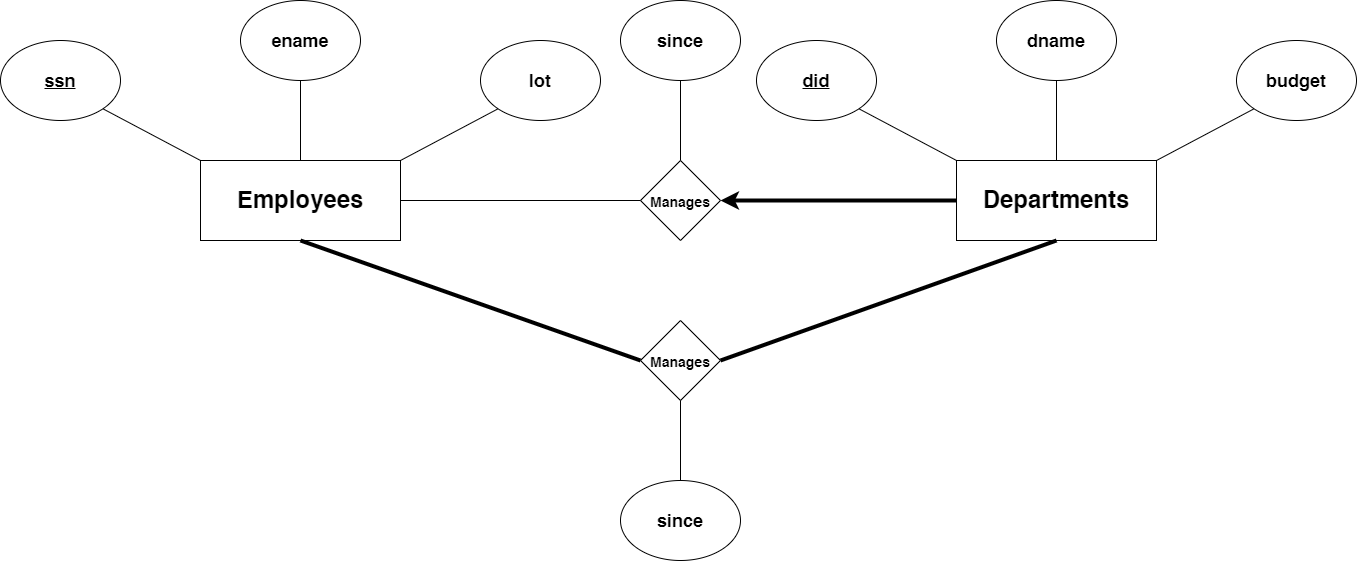
TianShi14/Basi-Di-Dati keeps this draw.io diagram as Relational Model/images/Ex5.png. Above is the earlier version. Source tidied: cells renumbered, new cells last; positions are measured from the earlier drawing's top-left corner, leaving out a move shared by most shapes. Source of this version:
```xml
<mxGraphModel>
  <root>
    <mxCell id="0" />
    <mxCell id="1" parent="0" />
    <mxCell id="2" value="&lt;b&gt;&lt;font style=&quot;font-size: 24px;&quot;&gt;Employees&lt;/font&gt;&lt;/b&gt;" style="rounded=0;whiteSpace=wrap;html=1;" parent="1" vertex="1">
      <mxGeometry x="200" y="160" width="200" height="80" as="geometry" />
    </mxCell>
    <mxCell id="3" value="&lt;b&gt;&lt;u&gt;&lt;font style=&quot;font-size: 18px;&quot;&gt;ssn&lt;/font&gt;&lt;/u&gt;&lt;/b&gt;" style="ellipse;whiteSpace=wrap;html=1;" parent="1" vertex="1">
      <mxGeometry y="40" width="120" height="80" as="geometry" />
    </mxCell>
    <mxCell id="4" value="&lt;font style=&quot;font-size: 18px;&quot;&gt;&lt;b style=&quot;&quot;&gt;ename&lt;/b&gt;&lt;/font&gt;" style="ellipse;whiteSpace=wrap;html=1;" parent="1" vertex="1">
      <mxGeometry x="240" width="120" height="80" as="geometry" />
    </mxCell>
    <mxCell id="5" value="&lt;b&gt;&lt;font style=&quot;font-size: 18px;&quot;&gt;lot&lt;/font&gt;&lt;/b&gt;" style="ellipse;whiteSpace=wrap;html=1;" parent="1" vertex="1">
      <mxGeometry x="480" y="40" width="120" height="80" as="geometry" />
    </mxCell>
    <mxCell id="6" style="endArrow=none;html=1;rounded=0;entryX=0;entryY=0;entryDx=0;entryDy=0;exitX=1;exitY=1;exitDx=0;exitDy=0;" parent="1" edge="1" source="3" target="2">
      <mxGeometry relative="1" as="geometry" />
    </mxCell>
    <mxCell id="7" style="endArrow=none;html=1;rounded=0;entryX=1;entryY=0;entryDx=0;entryDy=0;exitX=0;exitY=1;exitDx=0;exitDy=0;" parent="1" edge="1" source="5" target="2">
      <mxGeometry relative="1" as="geometry" />
    </mxCell>
    <mxCell id="8" style="endArrow=none;html=1;rounded=0;entryX=0.5;entryY=0;entryDx=0;entryDy=0;exitX=0.5;exitY=1;exitDx=0;exitDy=0;" parent="1" edge="1" source="4" target="2">
      <mxGeometry relative="1" as="geometry" />
    </mxCell>
    <mxCell id="9" value="&lt;font style=&quot;font-size: 14px;&quot;&gt;&lt;b&gt;Manages&lt;/b&gt;&lt;/font&gt;" style="rhombus;whiteSpace=wrap;html=1;fontSize=18;" parent="1" vertex="1">
      <mxGeometry x="640" y="160" width="80" height="80" as="geometry" />
    </mxCell>
    <mxCell id="10" style="endArrow=none;html=1;rounded=0;fontSize=18;entryX=0;entryY=0.5;entryDx=0;entryDy=0;exitX=1;exitY=0.5;exitDx=0;exitDy=0;" parent="1" edge="1" source="2" target="9">
      <mxGeometry relative="1" as="geometry" />
    </mxCell>
    <mxCell id="11" style="endArrow=none;html=1;rounded=0;fontSize=18;entryX=0;entryY=0.5;entryDx=0;entryDy=0;exitX=1;exitY=0.5;exitDx=0;exitDy=0;strokeColor=default;startArrow=classic;startFill=1;strokeWidth=4;" parent="1" edge="1" target="12">
      <mxGeometry relative="1" as="geometry">
        <mxPoint x="720" y="200" as="sourcePoint" />
      </mxGeometry>
    </mxCell>
    <mxCell id="12" value="&lt;b&gt;&lt;font style=&quot;font-size: 24px;&quot;&gt;Departments&lt;/font&gt;&lt;/b&gt;" style="rounded=0;whiteSpace=wrap;html=1;" parent="1" vertex="1">
      <mxGeometry x="956" y="160" width="200" height="80" as="geometry" />
    </mxCell>
    <mxCell id="13" value="&lt;b&gt;&lt;u&gt;&lt;font style=&quot;font-size: 18px;&quot;&gt;did&lt;/font&gt;&lt;/u&gt;&lt;/b&gt;" style="ellipse;whiteSpace=wrap;html=1;" parent="1" vertex="1">
      <mxGeometry x="756" y="40" width="120" height="80" as="geometry" />
    </mxCell>
    <mxCell id="14" value="&lt;font style=&quot;font-size: 18px;&quot;&gt;&lt;b style=&quot;&quot;&gt;dname&lt;/b&gt;&lt;/font&gt;" style="ellipse;whiteSpace=wrap;html=1;" parent="1" vertex="1">
      <mxGeometry x="996" width="120" height="80" as="geometry" />
    </mxCell>
    <mxCell id="15" value="&lt;b&gt;&lt;font style=&quot;font-size: 18px;&quot;&gt;budget&lt;/font&gt;&lt;/b&gt;" style="ellipse;whiteSpace=wrap;html=1;" parent="1" vertex="1">
      <mxGeometry x="1236" y="40" width="120" height="80" as="geometry" />
    </mxCell>
    <mxCell id="16" style="endArrow=none;html=1;rounded=0;entryX=0;entryY=0;entryDx=0;entryDy=0;exitX=1;exitY=1;exitDx=0;exitDy=0;" parent="1" edge="1" source="13" target="12">
      <mxGeometry relative="1" as="geometry" />
    </mxCell>
    <mxCell id="17" style="endArrow=none;html=1;rounded=0;entryX=1;entryY=0;entryDx=0;entryDy=0;exitX=0;exitY=1;exitDx=0;exitDy=0;" parent="1" edge="1" source="15" target="12">
      <mxGeometry relative="1" as="geometry" />
    </mxCell>
    <mxCell id="18" style="endArrow=none;html=1;rounded=0;entryX=0.5;entryY=0;entryDx=0;entryDy=0;exitX=0.5;exitY=1;exitDx=0;exitDy=0;" parent="1" edge="1" source="14" target="12">
      <mxGeometry relative="1" as="geometry" />
    </mxCell>
    <mxCell id="19" value="&lt;b&gt;&lt;font style=&quot;font-size: 18px;&quot;&gt;since&lt;/font&gt;&lt;/b&gt;" style="ellipse;whiteSpace=wrap;html=1;" parent="1" vertex="1">
      <mxGeometry x="620" width="120" height="80" as="geometry" />
    </mxCell>
    <mxCell id="20" style="endArrow=none;html=1;rounded=0;fontSize=18;entryX=0.5;entryY=0;entryDx=0;entryDy=0;exitX=0.5;exitY=1;exitDx=0;exitDy=0;" parent="1" edge="1" source="19" target="9">
      <mxGeometry relative="1" as="geometry" />
    </mxCell>
    <mxCell id="21" value="&lt;font style=&quot;font-size: 14px;&quot;&gt;&lt;b&gt;Manages&lt;/b&gt;&lt;/font&gt;" style="rhombus;whiteSpace=wrap;html=1;fontSize=18;" parent="1" vertex="1">
      <mxGeometry x="640" y="320" width="80" height="80" as="geometry" />
    </mxCell>
    <mxCell id="22" style="endArrow=none;html=1;rounded=0;strokeWidth=4;fontFamily=Helvetica;entryX=0.5;entryY=1;entryDx=0;entryDy=0;exitX=0;exitY=0.5;exitDx=0;exitDy=0;" parent="1" edge="1" source="21" target="2">
      <mxGeometry relative="1" as="geometry" />
    </mxCell>
    <mxCell id="23" style="endArrow=none;html=1;rounded=0;strokeWidth=4;fontFamily=Helvetica;entryX=0.5;entryY=1;entryDx=0;entryDy=0;exitX=1;exitY=0.5;exitDx=0;exitDy=0;" parent="1" edge="1" source="21" target="12">
      <mxGeometry relative="1" as="geometry" />
    </mxCell>
    <mxCell id="24" value="&lt;b&gt;&lt;font style=&quot;font-size: 18px;&quot;&gt;since&lt;/font&gt;&lt;/b&gt;" style="ellipse;whiteSpace=wrap;html=1;" parent="1" vertex="1">
      <mxGeometry x="620" y="480" width="120" height="80" as="geometry" />
    </mxCell>
    <mxCell id="25" style="endArrow=none;html=1;rounded=0;fontSize=18;entryX=0.5;entryY=1;entryDx=0;entryDy=0;" parent="1" edge="1" target="21">
      <mxGeometry relative="1" as="geometry">
        <mxPoint x="680" y="480" as="sourcePoint" />
      </mxGeometry>
    </mxCell>
  </root>
</mxGraphModel>
```
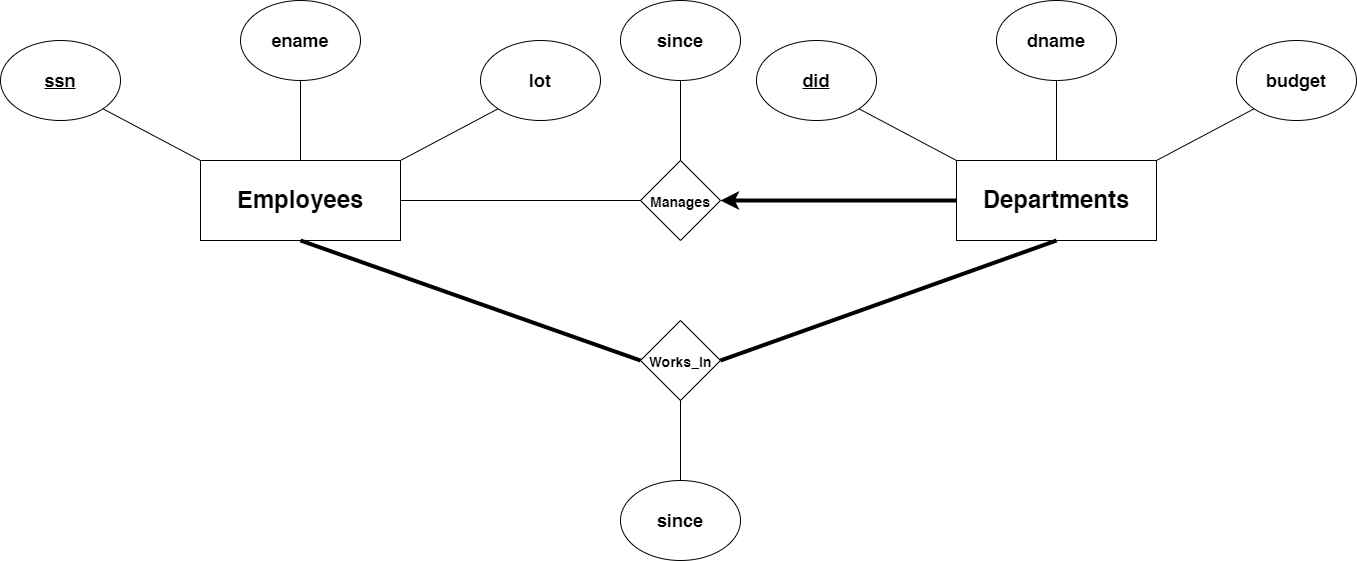
Later version of the same file.

Change to the diagram source:
```diff
@@ -61,7 +61,7 @@
     <mxCell id="20" style="endArrow=none;html=1;rounded=0;fontSize=18;entryX=0.5;entryY=0;entryDx=0;entryDy=0;exitX=0.5;exitY=1;exitDx=0;exitDy=0;" parent="1" edge="1" source="19" target="9">
       <mxGeometry relative="1" as="geometry" />
     </mxCell>
-    <mxCell id="21" value="&lt;font style=&quot;font-size: 14px;&quot;&gt;&lt;b&gt;Manages&lt;/b&gt;&lt;/font&gt;" style="rhombus;whiteSpace=wrap;html=1;fontSize=18;" parent="1" vertex="1">
+    <mxCell id="21" value="&lt;font style=&quot;font-size: 14px&quot;&gt;&lt;b&gt;Works_In&lt;/b&gt;&lt;/font&gt;" style="rhombus;whiteSpace=wrap;html=1;fontSize=18;" parent="1" vertex="1">
       <mxGeometry x="640" y="320" width="80" height="80" as="geometry" />
     </mxCell>
     <mxCell id="22" style="endArrow=none;html=1;rounded=0;strokeWidth=4;fontFamily=Helvetica;entryX=0.5;entryY=1;entryDx=0;entryDy=0;exitX=0;exitY=0.5;exitDx=0;exitDy=0;" parent="1" edge="1" source="21" target="2">
```
